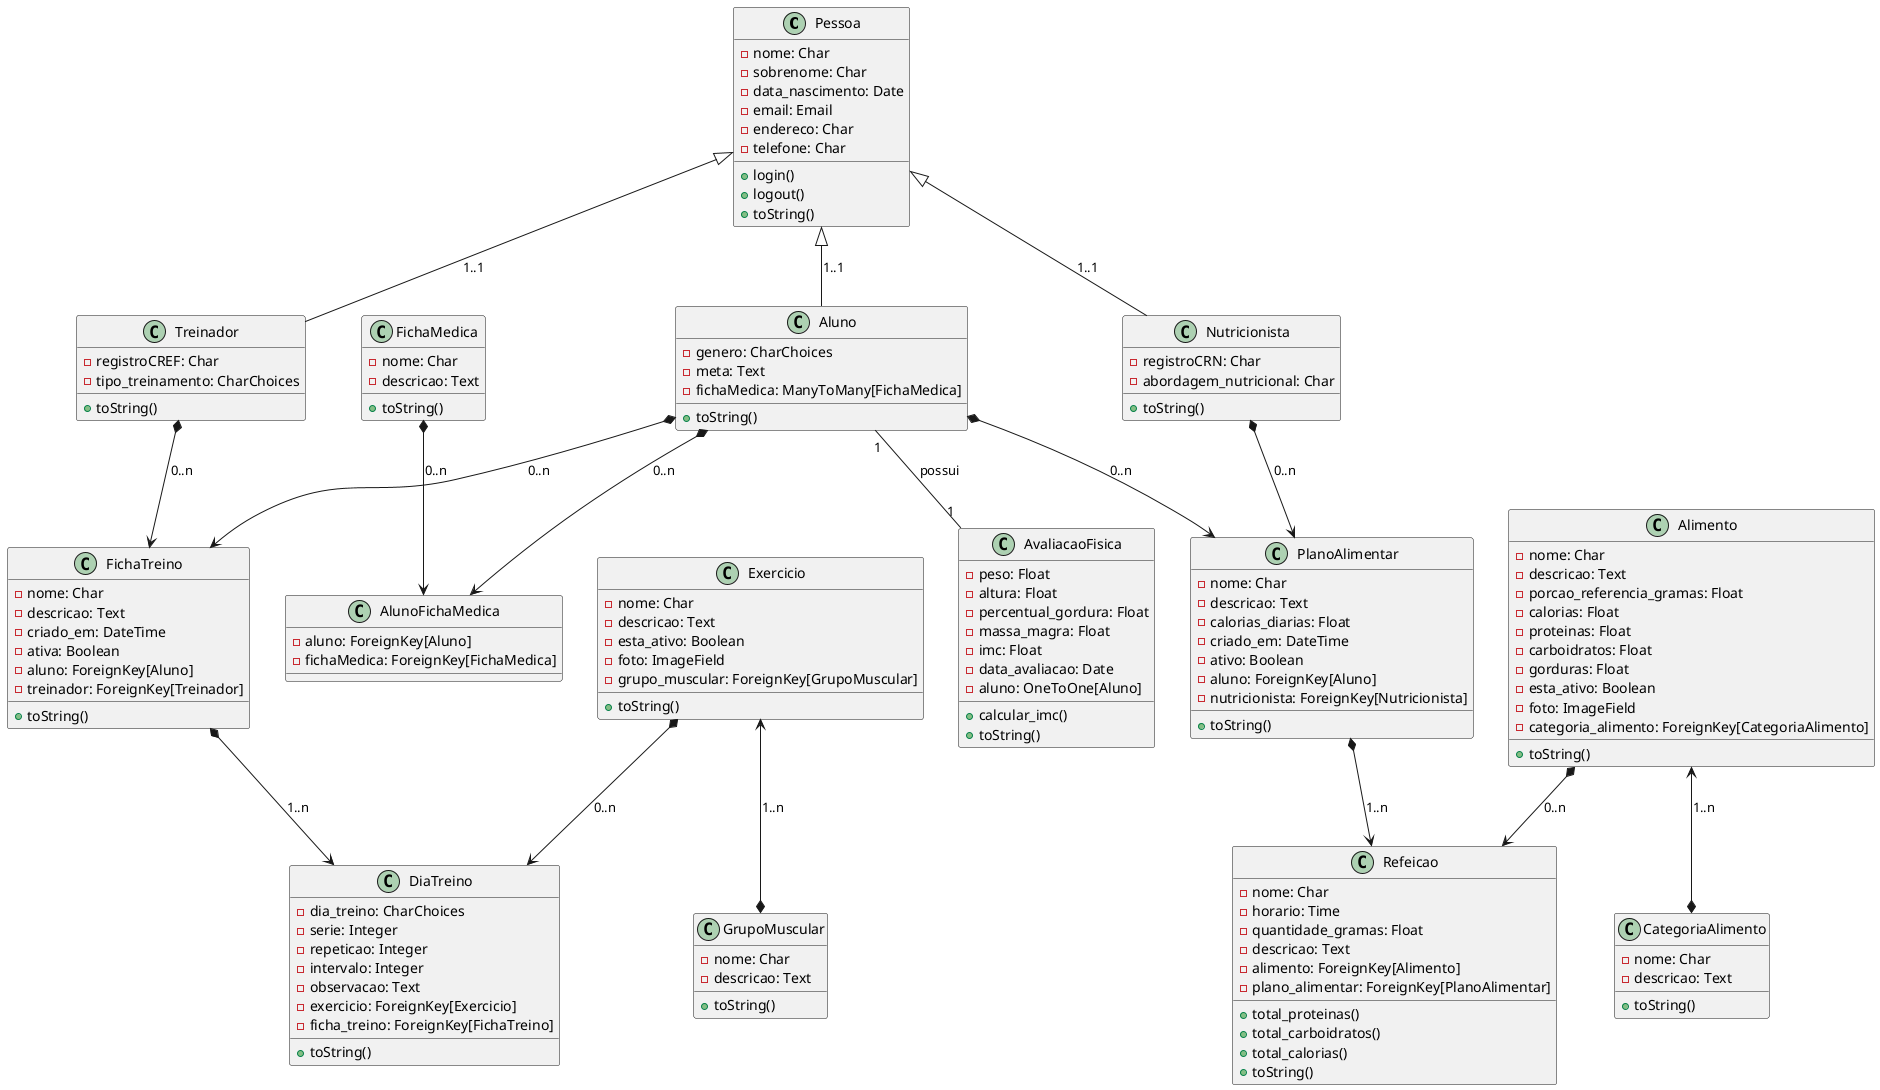
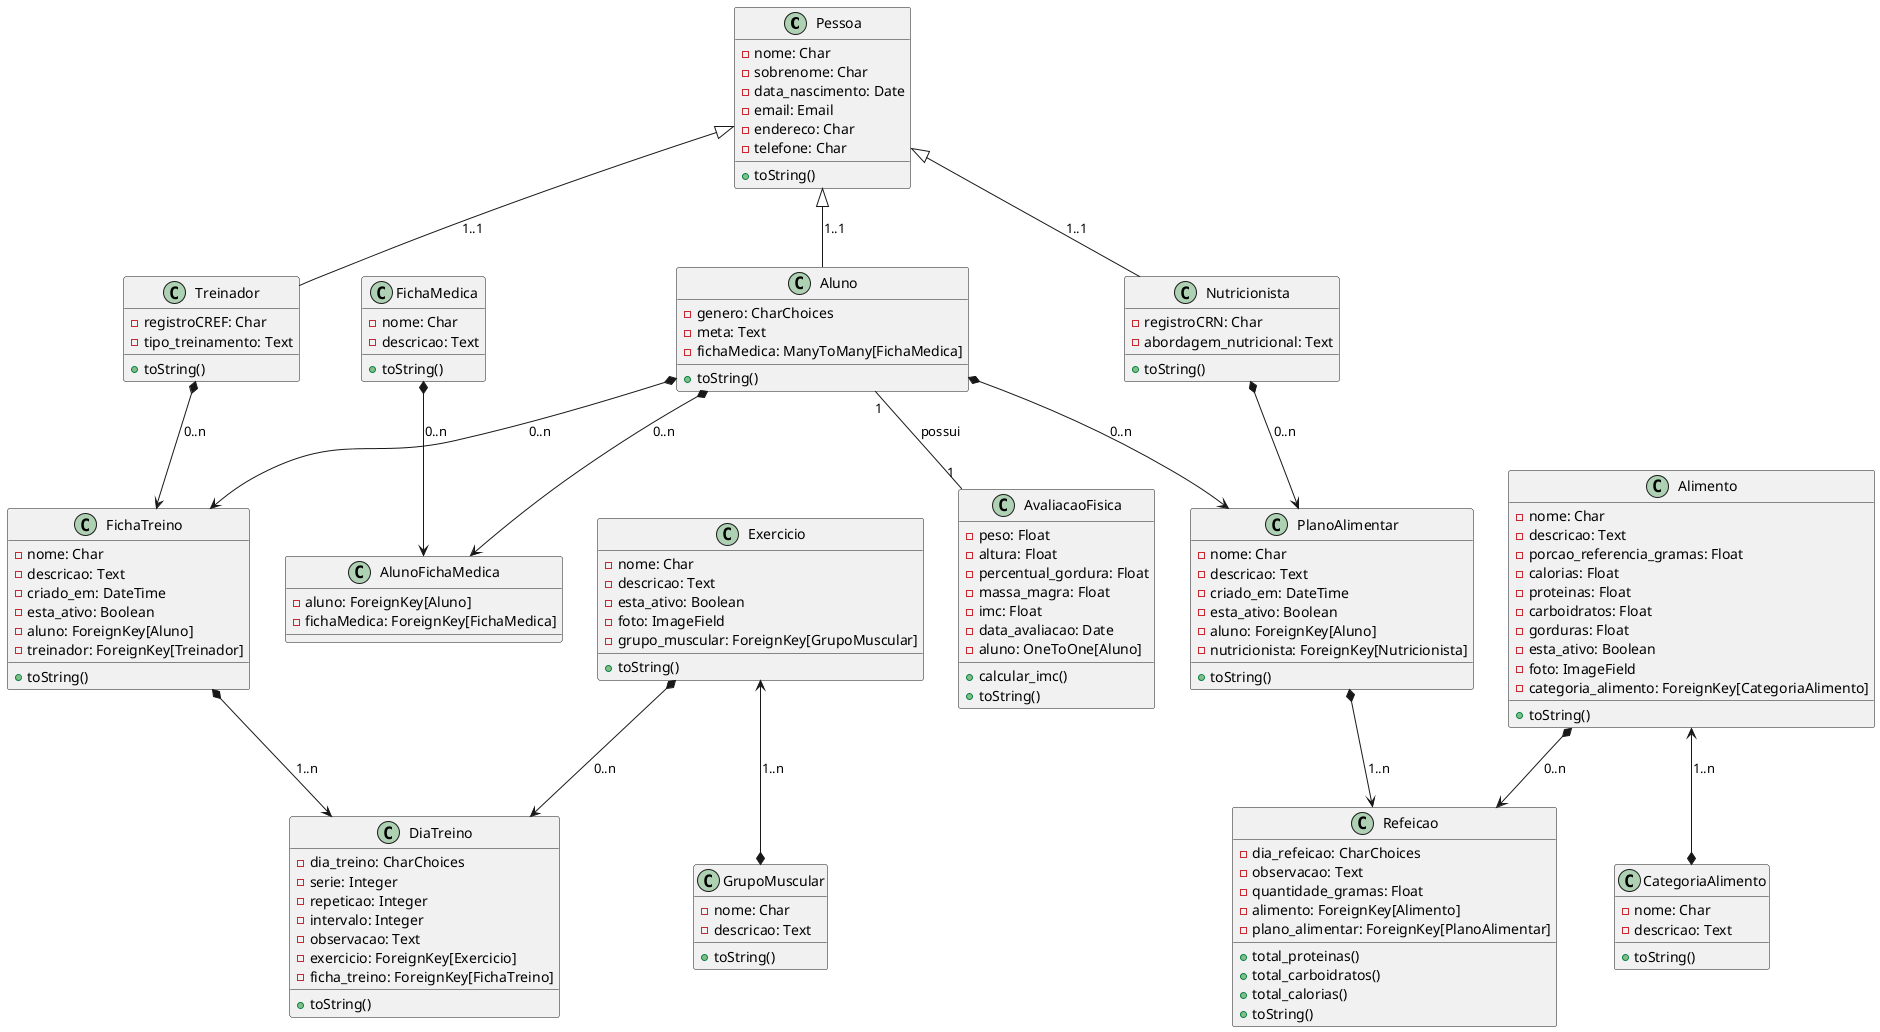
@startuml ModeloAppAcademia

class Pessoa {
 -nome: Char
 -sobrenome: Char
 -data_nascimento: Date
 -email: Email
 -endereco: Char
 -telefone: Char
-  +login()
-  +logout()
 +toString()
}

class Aluno {
 -genero: CharChoices
 -meta: Text
 -fichaMedica: ManyToMany[FichaMedica]
 +toString()
}

class AvaliacaoFisica {
 -peso: Float
 -altura: Float
 -percentual_gordura: Float
 -massa_magra: Float
 -imc: Float
 -data_avaliacao: Date
 -aluno: OneToOne[Aluno]
 +calcular_imc()
 +toString()
}

class AlunoFichaMedica {
 -aluno: ForeignKey[Aluno]
 -fichaMedica: ForeignKey[FichaMedica]
}

class FichaMedica {
 -nome: Char
 -descricao: Text
 +toString()
}

class Treinador {
 -registroCREF: Char
-  -tipo_treinamento: CharChoices
+  -tipo_treinamento: Text
 +toString()
}

class FichaTreino {
 -nome: Char
 -descricao: Text
 -criado_em: DateTime
-  -ativa: Boolean
+  -esta_ativo: Boolean
 -aluno: ForeignKey[Aluno]
 -treinador: ForeignKey[Treinador]
 +toString()
}

class DiaTreino {
  -dia_treino: CharChoices
 -serie: Integer
 -repeticao: Integer
 -intervalo: Integer
 -observacao: Text
 -exercicio: ForeignKey[Exercicio]
 -ficha_treino: ForeignKey[FichaTreino]
 +toString()
}

class Exercicio {
 -nome: Char
 -descricao: Text
 -esta_ativo: Boolean
 -foto: ImageField
 -grupo_muscular: ForeignKey[GrupoMuscular]
 +toString()
}

class GrupoMuscular {
 -nome: Char
 -descricao: Text
 +toString()
}

class Nutricionista {
 -registroCRN: Char
-  -abordagem_nutricional: Char
+  -abordagem_nutricional: Text
 +toString()
}

class PlanoAlimentar {
 -nome: Char
 -descricao: Text
-  -calorias_diarias: Float
 -criado_em: DateTime
-  -ativo: Boolean
+  -esta_ativo: Boolean
 -aluno: ForeignKey[Aluno]
 -nutricionista: ForeignKey[Nutricionista]
 +toString()
}

class Refeicao {
-  -nome: Char
-  -horario: Time
+  -dia_refeicao: CharChoices
+  -observacao: Text
 -quantidade_gramas: Float
-  -descricao: Text
 -alimento: ForeignKey[Alimento]
 -plano_alimentar: ForeignKey[PlanoAlimentar]
 +total_proteinas()
 +total_carboidratos()
 +total_calorias()
 +toString()
}

class Alimento {
 -nome: Char
 -descricao: Text
 -porcao_referencia_gramas: Float
 -calorias: Float
 -proteinas: Float
 -carboidratos: Float
 -gorduras: Float
 -esta_ativo: Boolean
 -foto: ImageField
 -categoria_alimento: ForeignKey[CategoriaAlimento]
 +toString()
}

class CategoriaAlimento {
 -nome: Char
 -descricao: Text
 +toString()
}

' Relacionamentos
Aluno "1" -- "1" AvaliacaoFisica : possui
Aluno *--> FichaTreino : 0..n
Treinador *--> FichaTreino : 0..n
Aluno *--> AlunoFichaMedica : 0..n
FichaMedica *--> AlunoFichaMedica : 0..n

FichaTreino *--> DiaTreino : 1..n
Exercicio *--> DiaTreino : 0..n

Exercicio <--* GrupoMuscular : 1..n

Aluno *--> PlanoAlimentar : 0..n
Nutricionista *--> PlanoAlimentar : 0..n

PlanoAlimentar *--> Refeicao : 1..n
Alimento *--> Refeicao : 0..n

Alimento <--* CategoriaAlimento : 1..n

Aluno -up-|> Pessoa : 1..1
Treinador -up-|> Pessoa : 1..1
Nutricionista -up-|> Pessoa : 1..1

@enduml